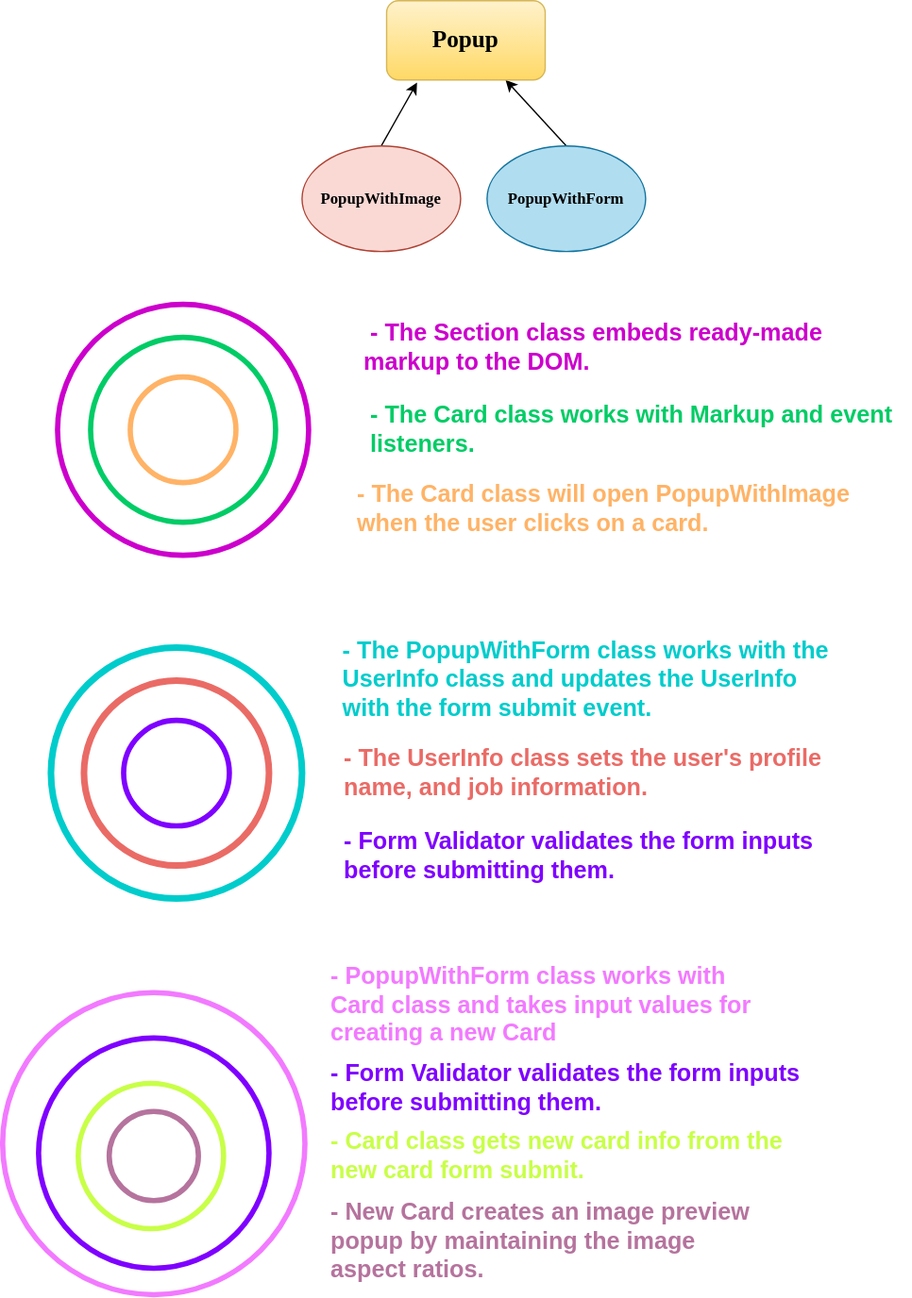
Before: src/images/diagram.svg, a diagram exported from draw.io (hulyak/web_project_4). Source tidied: cells renumbered, new cells last; positions are measured from the earlier drawing's top-left corner, leaving out a move shared by most shapes.
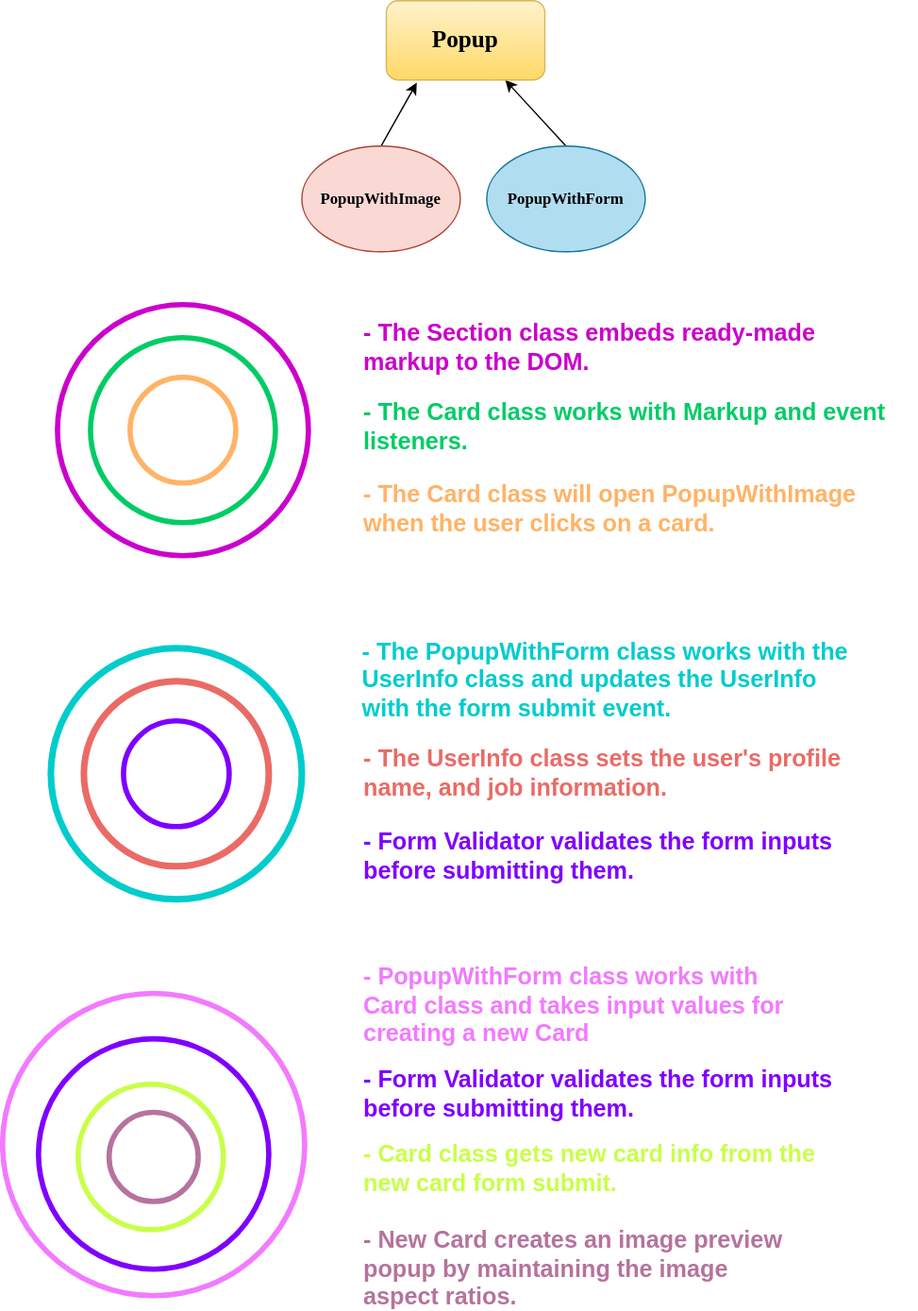
Later version of the same file.

Change to the diagram source:
```diff
@@ -14,17 +14,17 @@
     <mxCell id="5" style="ellipse;whiteSpace=wrap;html=1;strokeColor=#00CC66;strokeWidth=4;fillColor=none;" parent="1" vertex="1">
       <mxGeometry x="67" y="255" width="140" height="140" as="geometry" />
     </mxCell>
-    <mxCell id="6" value="&lt;h2&gt;&lt;font color=&quot;#cc00cc&quot;&gt;&amp;nbsp;- The Section class embeds ready-made markup to the DOM.&amp;nbsp;&lt;/font&gt;&lt;/h2&gt;" style="text;html=1;strokeColor=none;fillColor=none;align=left;verticalAlign=middle;whiteSpace=wrap;rounded=0;" parent="1" vertex="1">
+    <mxCell id="6" value="&lt;h2&gt;&lt;font color=&quot;#cc00cc&quot;&gt;- The Section class embeds ready-made markup to the DOM.&amp;nbsp;&lt;/font&gt;&lt;/h2&gt;" style="text;html=1;strokeColor=none;fillColor=none;align=left;verticalAlign=middle;whiteSpace=wrap;rounded=0;" parent="1" vertex="1">
       <mxGeometry x="272" y="240" width="410" height="45" as="geometry" />
     </mxCell>
     <mxCell id="7" value="&lt;h2&gt;&lt;font color=&quot;#00cc66&quot;&gt;- The Card class works with Markup and event listeners.&amp;nbsp;&lt;/font&gt;&lt;/h2&gt;" style="text;html=1;strokeColor=none;fillColor=none;align=left;verticalAlign=middle;whiteSpace=wrap;rounded=0;" parent="1" vertex="1">
-      <mxGeometry x="277" y="302.5" width="410" height="45" as="geometry" />
+      <mxGeometry x="272" y="300" width="410" height="45" as="geometry" />
     </mxCell>
     <mxCell id="8" style="ellipse;whiteSpace=wrap;html=1;fillColor=none;gradientColor=none;strokeWidth=4;strokeColor=#FFB366;" parent="1" vertex="1">
       <mxGeometry x="97" y="285" width="80" height="80" as="geometry" />
     </mxCell>
     <mxCell id="9" value="&lt;h2&gt;&lt;font color=&quot;#ffb366&quot;&gt;- The Card class will open PopupWithImage when the user clicks on a card.&amp;nbsp;&lt;/font&gt;&lt;/h2&gt;" style="text;html=1;strokeColor=none;fillColor=none;align=left;verticalAlign=middle;whiteSpace=wrap;rounded=0;" parent="1" vertex="1">
-      <mxGeometry x="267" y="360" width="420" height="50" as="geometry" />
+      <mxGeometry x="272" y="360" width="420" height="50" as="geometry" />
     </mxCell>
     <mxCell id="10" value="&lt;h2&gt;&lt;font face=&quot;Tahoma&quot;&gt;Popup&lt;/font&gt;&lt;/h2&gt;" style="rounded=1;whiteSpace=wrap;html=1;fillColor=#fff2cc;strokeColor=#d6b656;gradientColor=#ffd966;" parent="1" vertex="1">
       <mxGeometry x="291" width="120" height="60" as="geometry" />
@@ -42,16 +42,16 @@
       <mxGeometry x="62" y="515" width="140" height="140" as="geometry" />
     </mxCell>
     <mxCell id="15" value="&lt;p style=&quot;line-height: 120%&quot;&gt;&lt;/p&gt;&lt;h2 style=&quot;text-align: left&quot;&gt;&lt;font color=&quot;#00cccc&quot;&gt;- The PopupWithForm class works with the UserInfo class and updates the UserInfo with the form submit event.&lt;/font&gt;&lt;/h2&gt;&lt;h2 style=&quot;text-align: left&quot;&gt;&amp;nbsp;&lt;/h2&gt;&lt;p&gt;&lt;/p&gt;" style="text;html=1;strokeColor=none;fillColor=none;align=center;verticalAlign=middle;whiteSpace=wrap;rounded=0;" parent="1" vertex="1">
-      <mxGeometry x="257" y="505" width="380" height="55" as="geometry" />
+      <mxGeometry x="272" y="505" width="380" height="55" as="geometry" />
     </mxCell>
     <mxCell id="16" value="&lt;h2&gt;&lt;font color=&quot;#ea6b66&quot;&gt;- The UserInfo class sets the user's profile name, and job information.&lt;/font&gt;&lt;/h2&gt;" style="text;html=1;strokeColor=none;fillColor=none;align=left;verticalAlign=middle;whiteSpace=wrap;rounded=0;" parent="1" vertex="1">
-      <mxGeometry x="257" y="560" width="380" height="50" as="geometry" />
+      <mxGeometry x="272" y="560" width="380" height="50" as="geometry" />
     </mxCell>
     <mxCell id="17" style="ellipse;whiteSpace=wrap;html=1;fillColor=none;strokeWidth=4;strokeColor=#7F00FF;" parent="1" vertex="1">
       <mxGeometry x="92" y="545" width="80" height="80" as="geometry" />
     </mxCell>
     <mxCell id="18" value="&lt;h4&gt;&lt;font style=&quot;font-size: 18px&quot; color=&quot;#7f00ff&quot;&gt;&lt;b&gt;- Form Validator validates the form inputs before submitting them.&lt;/b&gt;&lt;/font&gt;&lt;/h4&gt;" style="text;html=1;strokeColor=none;fillColor=none;align=left;verticalAlign=middle;whiteSpace=wrap;rounded=0;" parent="1" vertex="1">
-      <mxGeometry x="257" y="625" width="380" height="45" as="geometry" />
+      <mxGeometry x="272" y="625" width="380" height="45" as="geometry" />
     </mxCell>
     <mxCell id="19" style="ellipse;whiteSpace=wrap;html=1;strokeWidth=4;fillColor=none;strokeColor=#B5739D;" parent="1" vertex="1">
       <mxGeometry x="81.1" y="841.2" width="67.5" height="67.5" as="geometry" />
@@ -63,19 +63,19 @@
       <mxGeometry x="0.4" y="751.2" width="228.8" height="228.8" as="geometry" />
     </mxCell>
     <mxCell id="22" value="&lt;h4&gt;&lt;font style=&quot;font-size: 18px&quot; color=&quot;#f27aff&quot;&gt;- PopupWithForm class works with Card class and takes input values for creating a new Card&lt;/font&gt;&lt;/h4&gt;" style="text;html=1;strokeColor=none;fillColor=none;align=left;verticalAlign=middle;whiteSpace=wrap;rounded=0;" parent="1" vertex="1">
-      <mxGeometry x="247" y="751.2" width="340" height="20" as="geometry" />
+      <mxGeometry x="272" y="751.2" width="340" height="20" as="geometry" />
     </mxCell>
     <mxCell id="23" value="&lt;h4&gt;&lt;b&gt;&lt;font style=&quot;font-size: 18px&quot; color=&quot;#c8ff47&quot;&gt;- Card class gets new card info from the new card form submit.&lt;/font&gt;&lt;/b&gt;&lt;/h4&gt;" style="text;html=1;strokeColor=none;fillColor=none;align=left;verticalAlign=middle;whiteSpace=wrap;rounded=0;" parent="1" vertex="1">
-      <mxGeometry x="247" y="850" width="360" height="50" as="geometry" />
+      <mxGeometry x="272" y="858.8" width="360" height="50" as="geometry" />
     </mxCell>
     <mxCell id="24" style="ellipse;whiteSpace=wrap;html=1;fillColor=none;strokeWidth=4;strokeColor=#7F00FF;" parent="1" vertex="1">
       <mxGeometry x="27.6" y="785.6" width="174.4" height="174.4" as="geometry" />
     </mxCell>
     <mxCell id="25" value="&lt;h4&gt;&lt;font style=&quot;font-size: 18px&quot; color=&quot;#7f00ff&quot;&gt;&lt;b&gt;- Form Validator validates the form inputs before submitting them.&lt;/b&gt;&lt;/font&gt;&lt;/h4&gt;" style="text;html=1;strokeColor=none;fillColor=none;align=left;verticalAlign=middle;whiteSpace=wrap;rounded=0;" parent="1" vertex="1">
-      <mxGeometry x="247" y="801.2" width="380" height="45" as="geometry" />
+      <mxGeometry x="272" y="805" width="380" height="45" as="geometry" />
     </mxCell>
     <mxCell id="26" value="&lt;font size=&quot;1&quot; color=&quot;#b5739d&quot;&gt;&lt;b style=&quot;font-size: 18px&quot;&gt;- New Card creates an image preview popup by maintaining the image aspect ratios.&lt;/b&gt;&lt;/font&gt;" style="text;html=1;strokeColor=none;fillColor=none;align=left;verticalAlign=middle;whiteSpace=wrap;rounded=0;" parent="1" vertex="1">
-      <mxGeometry x="247" y="920" width="336" height="40" as="geometry" />
+      <mxGeometry x="272" y="940" width="336" height="40" as="geometry" />
     </mxCell>
   </root>
 </mxGraphModel>
```
